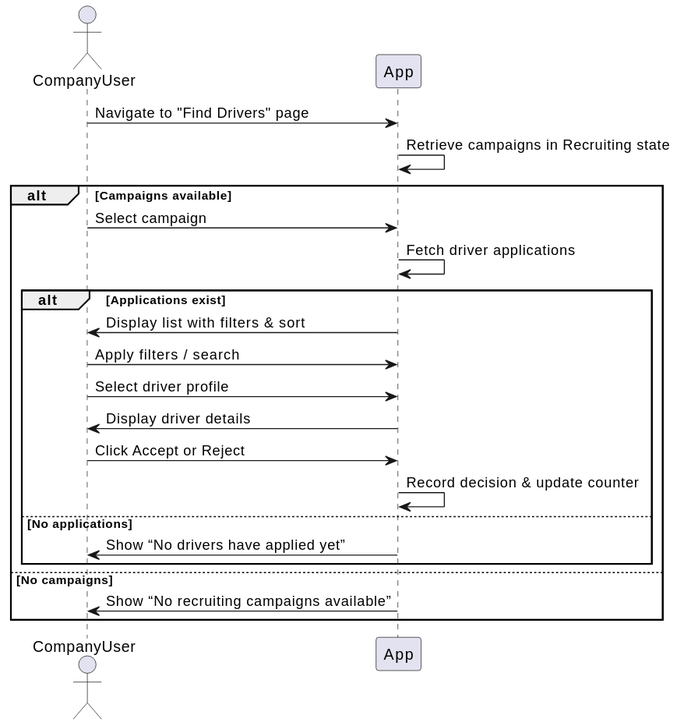
Before: DOCS/Usecases/Company/FindDriversForAdCampaign/FindDriversForAdCampaign.svg, a diagram exported from PlantUML (TheXik/Ad-on-Wheels).
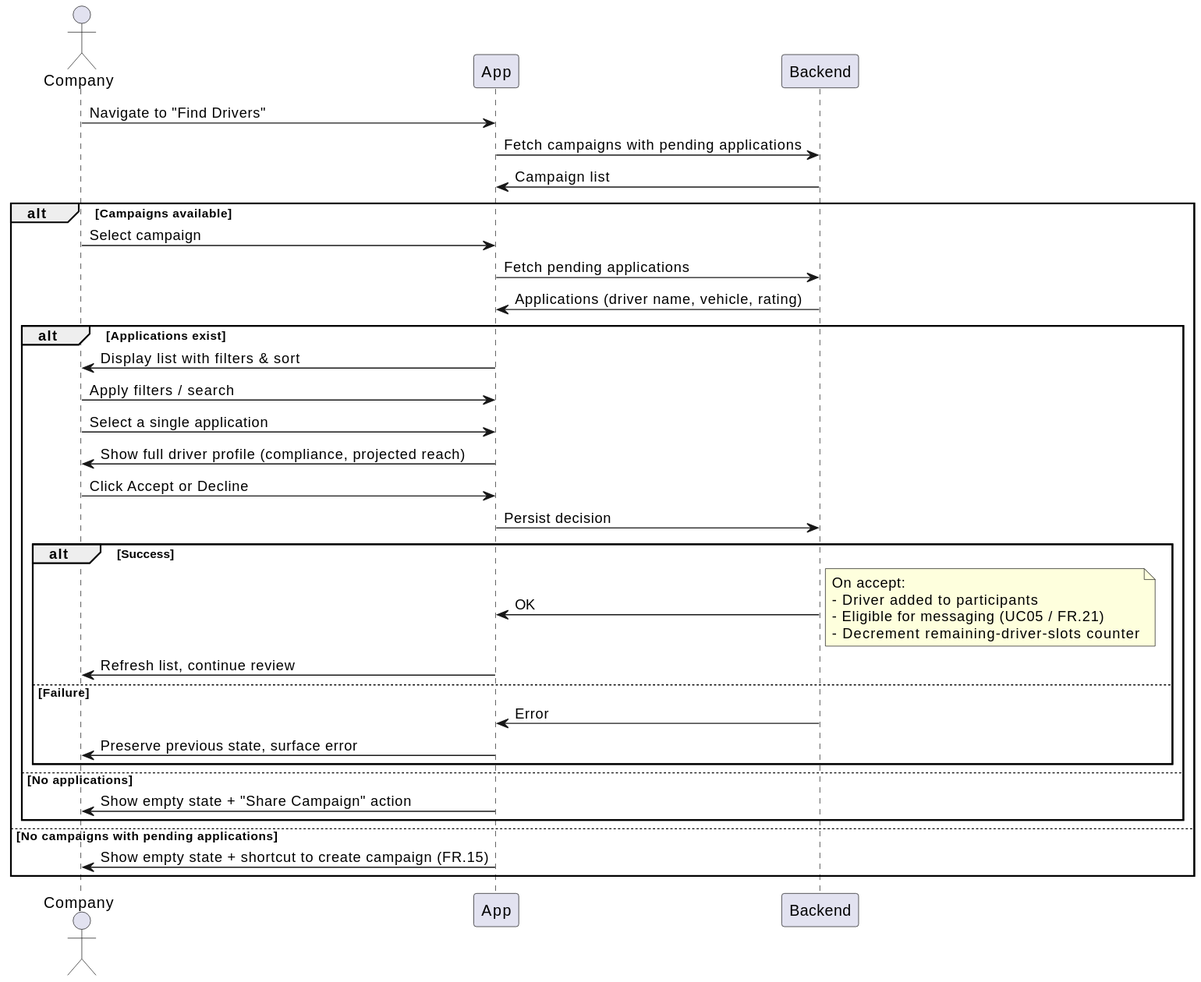
After the change.

The edit, as a diff of the source:
```diff
@@ -1,25 +1,42 @@
 @startuml
-actor CompanyUser
+actor Company
 
-CompanyUser -> App : Navigate to "Find Drivers" page
-App -> App : Retrieve campaigns in Recruiting state
+Company -> App : Navigate to "Find Drivers"
+App -> Backend : Fetch campaigns with pending applications
+Backend -> App : Campaign list
 
 alt Campaigns available
-    CompanyUser -> App : Select campaign
-    App -> App : Fetch driver applications
+    Company -> App : Select campaign
+    App -> Backend : Fetch pending applications
+    Backend -> App : Applications (driver name, vehicle, rating)
 
     alt Applications exist
-        App -> CompanyUser : Display list with filters & sort
-        CompanyUser -> App : Apply filters / search
-        CompanyUser -> App : Select driver profile
-        App -> CompanyUser : Display driver details
-        CompanyUser -> App : Click Accept or Reject
-        App -> App : Record decision & update counter
+        App -> Company : Display list with filters & sort
+        Company -> App : Apply filters / search
+        Company -> App : Select a single application
+        App -> Company : Show full driver profile (compliance, projected reach)
+        Company -> App : Click Accept or Decline
+        App -> Backend : Persist decision
+
+        alt Success
+            Backend -> App : OK
+            note right
+                On accept:
+                - Driver added to participants
+                - Eligible for messaging (UC05 / FR.21)
+                - Decrement remaining-driver-slots counter
+            end note
+            App -> Company : Refresh list, continue review
+        else Failure
+            Backend -> App : Error
+            App -> Company : Preserve previous state, surface error
+        end
+
     else No applications
-        App -> CompanyUser : Show “No drivers have applied yet”
+        App -> Company : Show empty state + "Share Campaign" action
     end
 
-else No campaigns
-    App -> CompanyUser : Show “No recruiting campaigns available”
+else No campaigns with pending applications
+    App -> Company : Show empty state + shortcut to create campaign (FR.15)
 end
 @enduml
```
